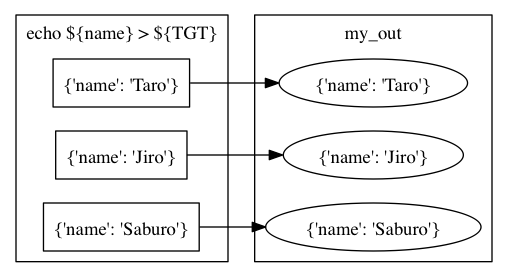
Above: document/source/figures/metanode_1.png in pfi/maf (Graphviz), before the change. Its source is kept beside it as document/source/figures/metanode_1.dot.
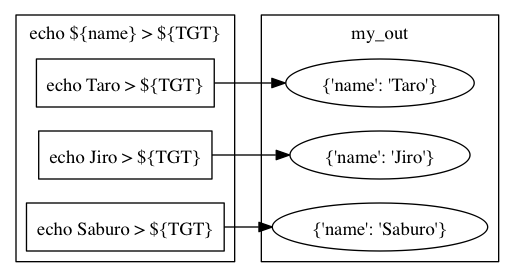
Above is the later version.

What changed in the source:
```diff
@@ -4,9 +4,9 @@
   subgraph cluster_task {
     label="echo ${name} > ${TGT}"
 
-    echo_taro [shape=box, label="{'name': 'Taro'}"]
-    echo_jiro [shape=box, label="{'name': 'Jiro'}"]
-    echo_saburo [shape=box, label="{'name': 'Saburo'}"]
+    echo_taro [shape=box, label="echo Taro > ${TGT}"]
+    echo_jiro [shape=box, label="echo Jiro > ${TGT}"]
+    echo_saburo [shape=box, label="echo Saburo > ${TGT}"]
   }
 
   subgraph cluster_my_out {
```
